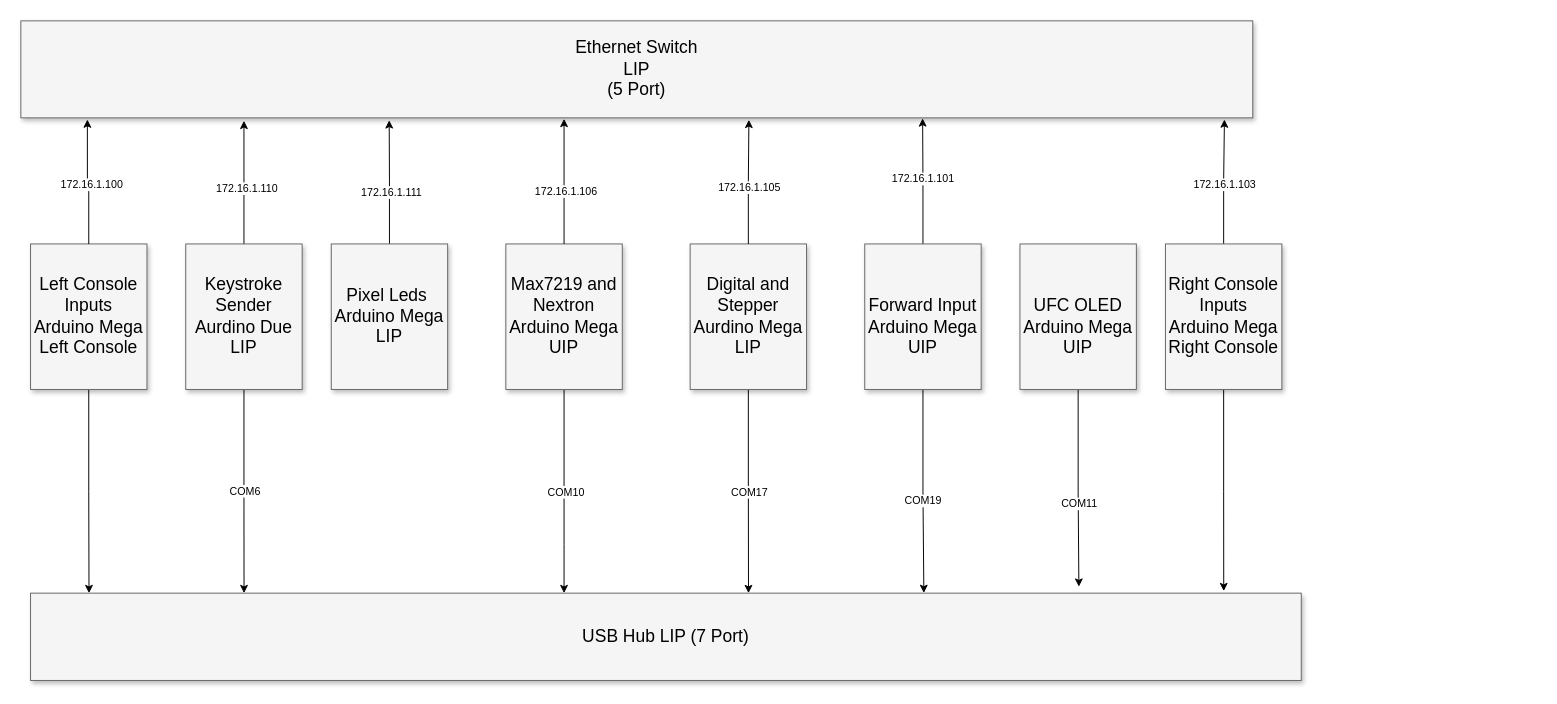
Earlier version of the draw.io diagram page "High Level Connectivity" (1 of 4) of Hornet Documentation/Hornet High-Level Connectivity .drawio (bnepethomas/bne-arduino-flight-simulator-interfaces). Source tidied: cells renumbered, new cells numbered last; positions are measured from the earlier drawing's top-left corner, leaving out a move shared by most shapes. Both pictures are drawn from the tidied source at 97%, with x=0, y=0 at pixel (20, 20).
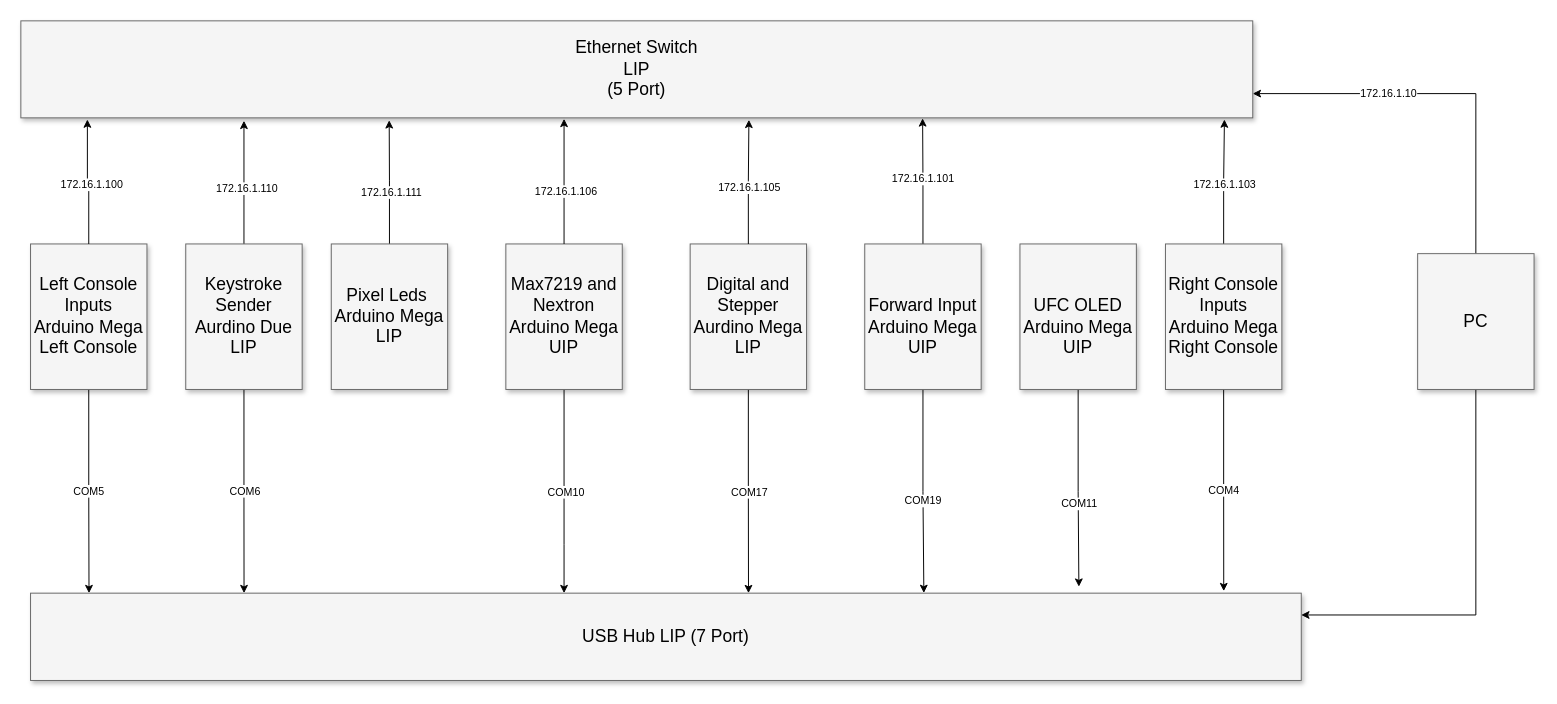
After the change.

The change refers to these unchanged cells:
```xml
<mxCell id="2" value="USB Hub LIP (7 Port)" style="whiteSpace=wrap;html=1;shadow=1;fontSize=18;fillColor=#f5f5f5;strokeColor=#666666;" parent="1" vertex="1">
  <mxGeometry x="10" y="590" width="1310" height="90" as="geometry" />
</mxCell>
<mxCell id="9" value="Ethernet Switch&lt;br&gt;LIP&lt;br&gt;(5 Port)" style="whiteSpace=wrap;html=1;shadow=1;fontSize=18;fillColor=#f5f5f5;strokeColor=#666666;" parent="1" vertex="1">
  <mxGeometry width="1270" height="100" as="geometry" />
</mxCell>
<mxCell id="28" value="Left Console Inputs&lt;br&gt;Arduino Mega&lt;br&gt;Left Console" style="whiteSpace=wrap;html=1;shadow=1;fontSize=18;fillColor=#f5f5f5;strokeColor=#666666;" parent="1" vertex="1">
  <mxGeometry x="10" y="230" width="120" height="150" as="geometry" />
</mxCell>
<mxCell id="32" value="Right Console Inputs&lt;br&gt;Arduino Mega&lt;br&gt;Right Console" style="whiteSpace=wrap;html=1;shadow=1;fontSize=18;fillColor=#f5f5f5;strokeColor=#666666;" parent="1" vertex="1">
  <mxGeometry x="1180" y="230" width="120" height="150" as="geometry" />
</mxCell>
```

Change to the diagram source:
```diff
@@
-    <mxCell id="27" style="edgeStyle=orthogonalEdgeStyle;rounded=0;jettySize=auto;html=1;entryX=0.046;entryY=0;entryDx=0;entryDy=0;entryPerimeter=0;" parent="1" edge="1" source="28" target="2">
+    <mxCell id="27" value="COM5" style="edgeStyle=orthogonalEdgeStyle;rounded=0;jettySize=auto;html=1;entryX=0.046;entryY=0;entryDx=0;entryDy=0;entryPerimeter=0;" parent="1" edge="1" source="28" target="2">
       <mxGeometry relative="1" as="geometry" />
     </mxCell>
@@
-    <mxCell id="31" style="edgeStyle=orthogonalEdgeStyle;rounded=0;jettySize=auto;html=1;exitX=0.5;exitY=1;exitDx=0;exitDy=0;entryX=0.939;entryY=-0.023;entryDx=0;entryDy=0;entryPerimeter=0;" parent="1" edge="1" source="32" target="2">
+    <mxCell id="31" value="COM4" style="edgeStyle=orthogonalEdgeStyle;rounded=0;jettySize=auto;html=1;exitX=0.5;exitY=1;exitDx=0;exitDy=0;entryX=0.939;entryY=-0.023;entryDx=0;entryDy=0;entryPerimeter=0;" parent="1" edge="1" source="32" target="2">
       <mxGeometry relative="1" as="geometry" />
     </mxCell>
@@
+    <mxCell id="38" value="172.16.1.10" style="edgeStyle=orthogonalEdgeStyle;rounded=0;jettySize=auto;html=1;exitX=0.5;exitY=0;exitDx=0;exitDy=0;entryX=1;entryY=0.75;entryDx=0;entryDy=0;" parent="1" edge="1" source="40" target="9">
+      <mxGeometry x="0.29" relative="1" as="geometry" />
+    </mxCell>
+    <mxCell id="39" style="edgeStyle=orthogonalEdgeStyle;rounded=0;jettySize=auto;html=1;exitX=0.5;exitY=1;exitDx=0;exitDy=0;entryX=1;entryY=0.25;entryDx=0;entryDy=0;" parent="1" edge="1" source="40" target="2">
+      <mxGeometry relative="1" as="geometry" />
+    </mxCell>
+    <mxCell id="40" value="PC" style="whiteSpace=wrap;html=1;shadow=1;fontSize=18;fillColor=#f5f5f5;strokeColor=#666666;" parent="1" vertex="1">
+      <mxGeometry x="1440" y="240" width="120" height="140" as="geometry" />
+    </mxCell>
```
